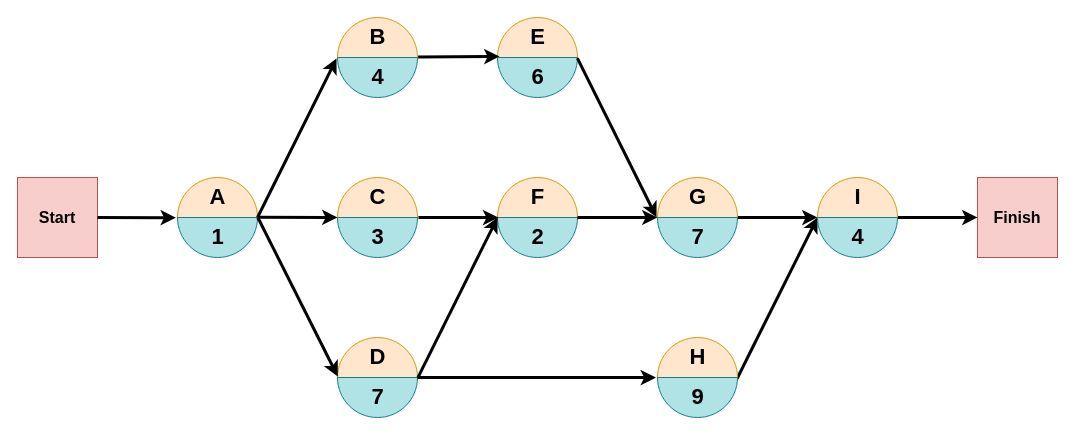
The draw.io diagram Question 6.drawio in melmirasol/Case-Problem-6.2, before the edit. Source tidied: cells renumbered, new cells numbered last; positions are measured from the earlier drawing's top-left corner, leaving out a move shared by most shapes. Both pictures are drawn from the tidied source at 100%, with x=0, y=0 at pixel (17, 17).
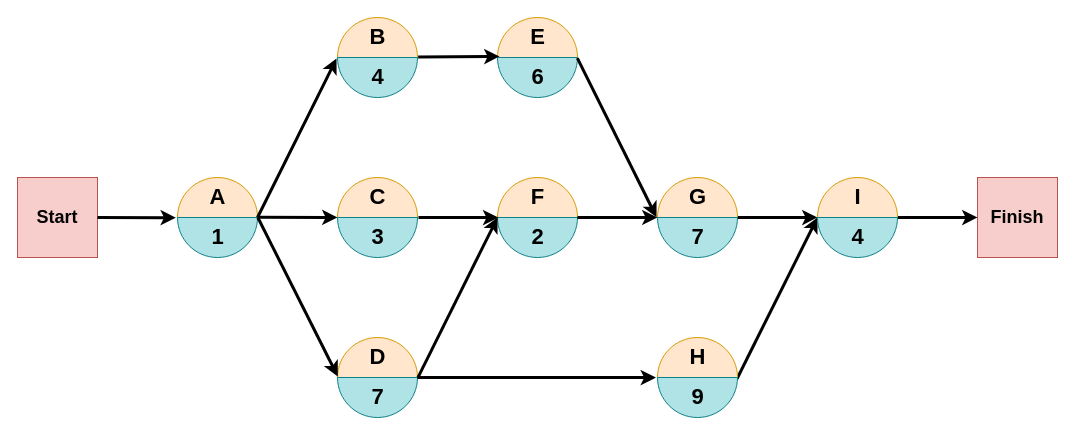
After the change.

What changed in the source:
```diff
@@
-    <mxCell id="24" value="Start" style="whiteSpace=wrap;html=1;fontSize=16;fontStyle=1;fillColor=#f8cecc;strokeColor=#b85450;" parent="1" vertex="1">
+    <mxCell id="24" value="Start" style="whiteSpace=wrap;html=1;fontSize=18;fontStyle=1;fillColor=#f8cecc;strokeColor=#b85450;" parent="1" vertex="1">
       <mxGeometry y="160" width="80" height="80" as="geometry" />
     </mxCell>
-    <mxCell id="25" value="Finish" style="whiteSpace=wrap;html=1;fontSize=16;fontStyle=1;fillColor=#f8cecc;strokeColor=#b85450;" parent="1" vertex="1">
+    <mxCell id="25" value="Finish" style="whiteSpace=wrap;html=1;fontSize=18;fontStyle=1;fillColor=#f8cecc;strokeColor=#b85450;" parent="1" vertex="1">
       <mxGeometry x="960" y="160" width="80" height="80" as="geometry" />
     </mxCell>
```
